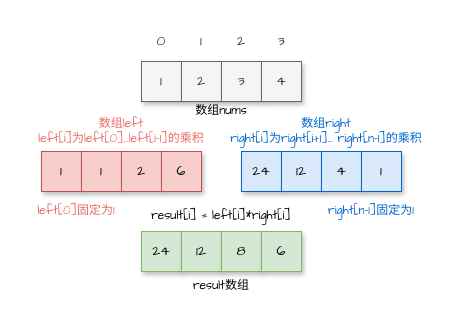
Before: draw.io/除自身以外数组的乘积.drawio in goldknife6/algorithm, a draw.io diagram. Source tidied: cells renumbered, new cells numbered last; positions are measured from the earlier drawing's top-left corner, leaving out a move shared by most shapes. Both pictures are drawn from the tidied source at 100%, with x=0, y=0 at pixel (21, 21).
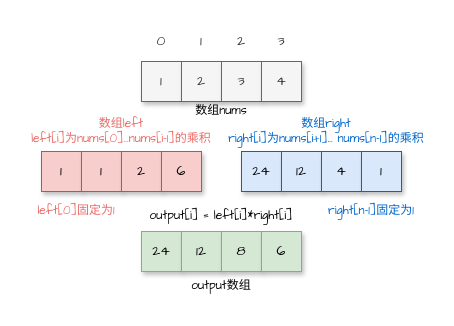
Above is the later version.

Commit message (it also covers changes not shown here):
更新除自身以外数组的乘积.drawio

Diff of the diagram source:
```diff
@@
-    <mxCell id="22" value="数组left&lt;br&gt;left[i]为left[0]...left[i-1]的乘积" style="text;html=1;strokeColor=none;fillColor=none;align=center;verticalAlign=middle;whiteSpace=wrap;rounded=0;shadow=1;fontFamily=Comic Sans MS;fontSize=12;fontColor=#EA6B66;opacity=0;" parent="1" vertex="1">
+    <mxCell id="22" value="数组left&lt;br&gt;left[i]为&lt;span&gt;nums&lt;/span&gt;&lt;span&gt;[0]...&lt;/span&gt;&lt;span&gt;nums&lt;/span&gt;&lt;span&gt;[i-1]的乘积&lt;/span&gt;&lt;div class=&quot;okr-block-clipboard&quot;&gt;&lt;/div&gt;" style="text;html=1;strokeColor=none;fillColor=none;align=center;verticalAlign=middle;whiteSpace=wrap;rounded=0;shadow=1;fontFamily=Comic Sans MS;fontSize=12;fontColor=#EA6B66;opacity=0;" parent="1" vertex="1">
       <mxGeometry y="90" width="200" height="40" as="geometry" />
     </mxCell>
-    <mxCell id="23" value="&lt;font color=&quot;#0066cc&quot;&gt;数组right&lt;br&gt;right[i]为right[i+1]...&amp;nbsp;right[n-1]的乘积&lt;/font&gt;" style="text;html=1;strokeColor=none;fillColor=none;align=center;verticalAlign=middle;whiteSpace=wrap;rounded=0;shadow=1;fontFamily=Comic Sans MS;fontSize=12;fontColor=#EA6B66;opacity=0;" parent="1" vertex="1">
+    <mxCell id="23" value="&lt;font color=&quot;#0066cc&quot;&gt;数组right&lt;br&gt;right[i]为&lt;span&gt;nums&lt;/span&gt;[i+1]...&amp;nbsp;&lt;span&gt;nums&lt;/span&gt;[n-1]的乘积&lt;/font&gt;" style="text;html=1;strokeColor=none;fillColor=none;align=center;verticalAlign=middle;whiteSpace=wrap;rounded=0;shadow=1;fontFamily=Comic Sans MS;fontSize=12;fontColor=#EA6B66;opacity=0;" parent="1" vertex="1">
       <mxGeometry x="200" y="90" width="210" height="40" as="geometry" />
     </mxCell>
-    <mxCell id="24" value="&lt;font color=&quot;#000000&quot;&gt;result数组&lt;/font&gt;" style="text;html=1;strokeColor=none;fillColor=none;align=center;verticalAlign=middle;whiteSpace=wrap;rounded=0;shadow=1;fontFamily=Comic Sans MS;fontSize=12;fontColor=#7EA6E0;opacity=0;" parent="1" vertex="1">
+    <mxCell id="24" value="&lt;div class=&quot;okr-block-clipboard&quot;&gt;&lt;/div&gt;&lt;font color=&quot;#000000&quot;&gt;&lt;span&gt;output&lt;/span&gt;数组&lt;/font&gt;" style="text;html=1;strokeColor=none;fillColor=none;align=center;verticalAlign=middle;whiteSpace=wrap;rounded=0;shadow=1;fontFamily=Comic Sans MS;fontSize=12;fontColor=#7EA6E0;opacity=0;" parent="1" vertex="1">
       <mxGeometry x="120" y="250" width="160" height="30" as="geometry" />
     </mxCell>
-    <mxCell id="25" value="result[i] = left[i]*right[i]" style="text;html=1;strokeColor=none;fillColor=none;align=center;verticalAlign=middle;whiteSpace=wrap;rounded=0;shadow=1;fontFamily=Comic Sans MS;fontSize=12;fontColor=#000000;opacity=0;" parent="1" vertex="1">
+    <mxCell id="25" value="output[i] = left[i]*right[i]" style="text;html=1;strokeColor=none;fillColor=none;align=center;verticalAlign=middle;whiteSpace=wrap;rounded=0;shadow=1;fontFamily=Comic Sans MS;fontSize=12;fontColor=#000000;opacity=0;" parent="1" vertex="1">
       <mxGeometry x="120" y="180" width="160" height="30" as="geometry" />
     </mxCell>
```
